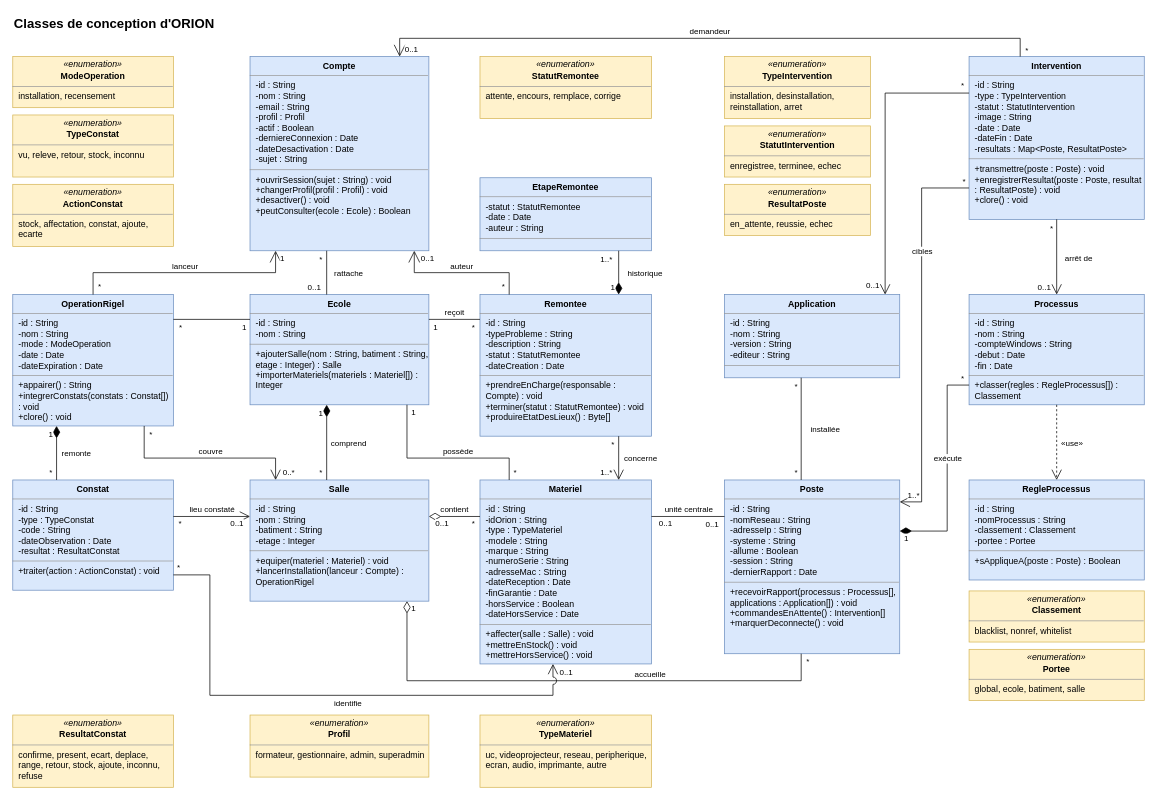
Before: docs/02-ANALYSE/04-CONCEPTION/01-DIAGRAMME-CLASSES-CONCEPTION.drawio in bpierrelouis/aster, a draw.io diagram. Source tidied: cells renumbered, new cells numbered last; positions are measured from the earlier drawing's top-left corner, leaving out a move shared by most shapes. Both pictures are drawn from the tidied source at 73%, with x=0, y=0 at pixel (12, 12).
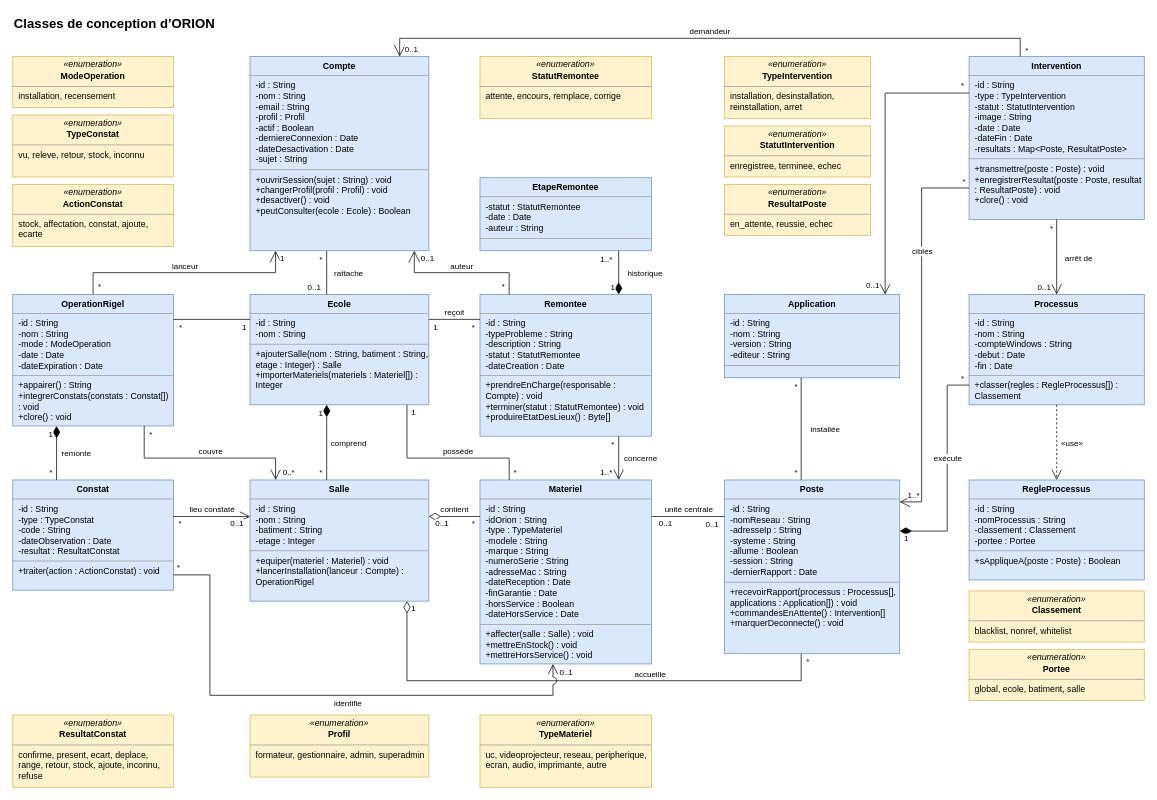
After the change.

Change to the diagram source:
```diff
@@
-    <mxCell id="2" value="Classes de conception d'ORION" style="text;html=1;align=left;verticalAlign=middle;strokeColor=none;fillColor=none;fontSize=18;fontStyle=1;" parent="1" vertex="1">
+    <mxCell id="2" value="Classes de conception d’ORION" style="text;html=1;align=left;verticalAlign=middle;strokeColor=none;fillColor=none;fontSize=18;fontStyle=1;" parent="1" vertex="1">
       <mxGeometry width="319" height="30" as="geometry" />
     </mxCell>
```
